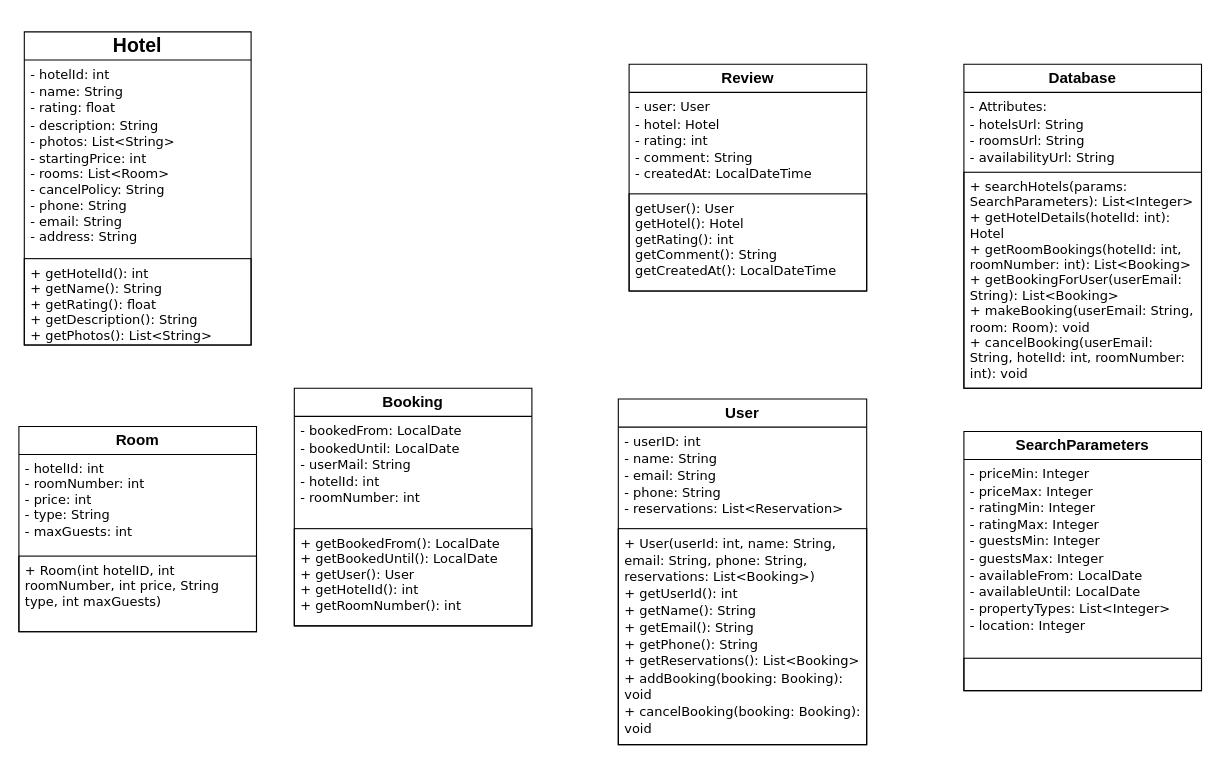
Before: UML/Hotel Diagram.drawio in KczBen/hbv-401-3h, a draw.io diagram. Source tidied: cells renumbered, new cells numbered last; positions are measured from the earlier drawing's top-left corner, leaving out a move shared by most shapes. Both pictures are drawn from the tidied source at 108%, with x=0, y=0 at pixel (18, 31).
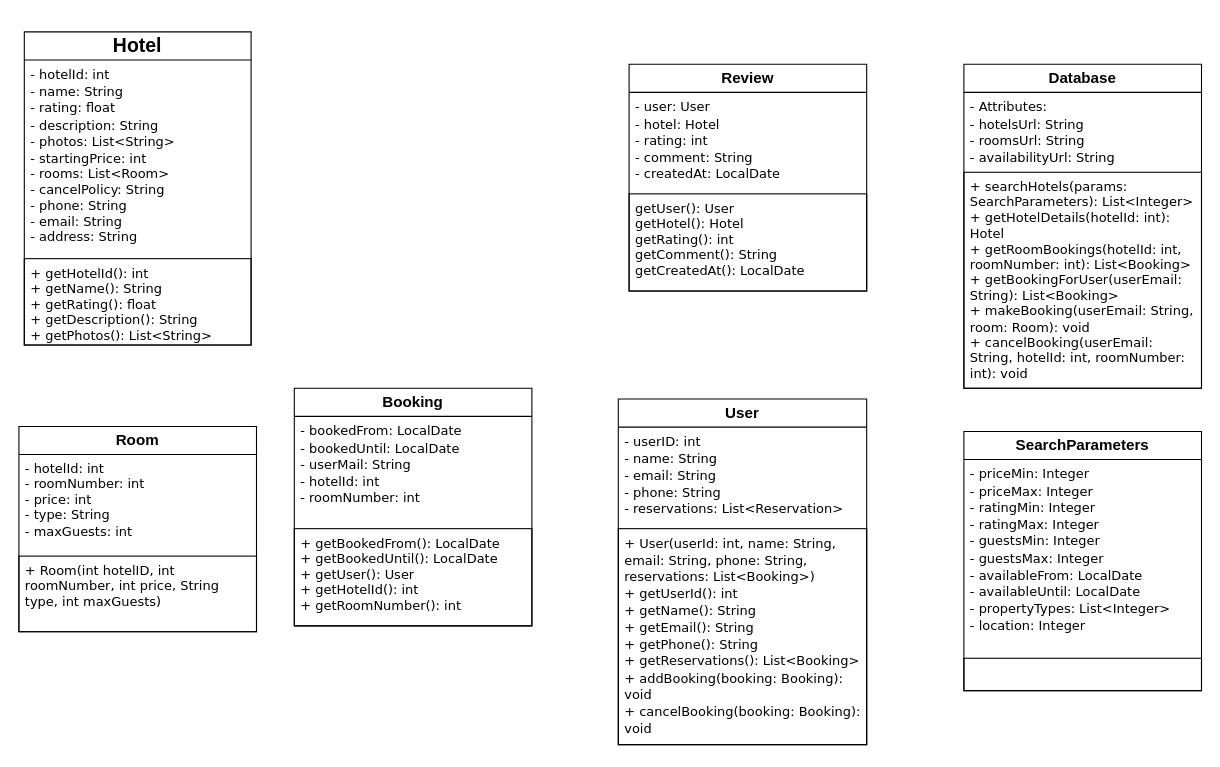
The same page after the edit.

Commit message (it also covers changes not shown here):
Use LocalDate without time

The change refers to these unchanged cells:
```xml
<mxCell id="14" value="&lt;h3&gt;Review&lt;/h3&gt;" style="swimlane;fontStyle=0;horizontal=1;startSize=26;fillColor=none;whiteSpace=wrap;html=1;" parent="1" vertex="1">
  <mxGeometry x="565" y="30" width="220" height="210" as="geometry" />
</mxCell>
```

Change to the diagram source:
```diff
@@
-    <mxCell id="15" value="&lt;div style=&quot;line-height: 130%;&quot;&gt;&lt;div style=&quot;line-height: 130%;&quot;&gt;&lt;font face=&quot;Verdana&quot;&gt;- user: User&lt;/font&gt;&lt;/div&gt;&lt;div style=&quot;line-height: 130%;&quot;&gt;&lt;font face=&quot;Verdana&quot;&gt;- hotel: Hotel&lt;/font&gt;&lt;/div&gt;&lt;div style=&quot;line-height: 130%;&quot;&gt;&lt;font face=&quot;Verdana&quot;&gt;- rating: int&lt;/font&gt;&lt;/div&gt;&lt;div style=&quot;line-height: 130%;&quot;&gt;&lt;font face=&quot;Verdana&quot;&gt;- comment: String&lt;/font&gt;&lt;/div&gt;&lt;div style=&quot;line-height: 130%;&quot;&gt;&lt;font face=&quot;Verdana&quot;&gt;- createdAt: LocalDateTime&lt;/font&gt;&lt;/div&gt;&lt;/div&gt;" style="text;strokeColor=none;fillColor=none;align=left;verticalAlign=top;spacingLeft=4;spacingRight=4;overflow=hidden;whiteSpace=wrap;html=1;" parent="14" vertex="1">
+    <mxCell id="15" value="&lt;div style=&quot;line-height: 130%;&quot;&gt;&lt;div style=&quot;line-height: 130%;&quot;&gt;&lt;font face=&quot;Verdana&quot;&gt;- user: User&lt;/font&gt;&lt;/div&gt;&lt;div style=&quot;line-height: 130%;&quot;&gt;&lt;font face=&quot;Verdana&quot;&gt;- hotel: Hotel&lt;/font&gt;&lt;/div&gt;&lt;div style=&quot;line-height: 130%;&quot;&gt;&lt;font face=&quot;Verdana&quot;&gt;- rating: int&lt;/font&gt;&lt;/div&gt;&lt;div style=&quot;line-height: 130%;&quot;&gt;&lt;font face=&quot;Verdana&quot;&gt;- comment: String&lt;/font&gt;&lt;/div&gt;&lt;div style=&quot;line-height: 130%;&quot;&gt;&lt;font face=&quot;Verdana&quot;&gt;- createdAt: LocalDate&lt;/font&gt;&lt;/div&gt;&lt;/div&gt;" style="text;strokeColor=none;fillColor=none;align=left;verticalAlign=top;spacingLeft=4;spacingRight=4;overflow=hidden;whiteSpace=wrap;html=1;" parent="14" vertex="1">
       <mxGeometry y="26" width="220" height="94" as="geometry" />
     </mxCell>
-    <mxCell id="16" value="&lt;div&gt;&lt;font face=&quot;Verdana&quot;&gt;&lt;span style=&quot;font-size: 12px;&quot;&gt;getUser(): User&lt;/span&gt;&lt;/font&gt;&lt;/div&gt;&lt;div&gt;&lt;font face=&quot;Verdana&quot;&gt;&lt;span style=&quot;font-size: 12px;&quot;&gt;getHotel(): Hotel&lt;/span&gt;&lt;/font&gt;&lt;/div&gt;&lt;div&gt;&lt;font face=&quot;Verdana&quot;&gt;&lt;span style=&quot;font-size: 12px;&quot;&gt;getRating(): int&lt;/span&gt;&lt;/font&gt;&lt;/div&gt;&lt;div&gt;&lt;font face=&quot;Verdana&quot;&gt;&lt;span style=&quot;font-size: 12px;&quot;&gt;getComment(): String&lt;/span&gt;&lt;/font&gt;&lt;/div&gt;&lt;div&gt;&lt;font face=&quot;Verdana&quot;&gt;&lt;span style=&quot;font-size: 12px;&quot;&gt;getCreatedAt(): LocalDateTime&lt;/span&gt;&lt;/font&gt;&lt;/div&gt;" style="text;strokeColor=default;fillColor=none;align=left;verticalAlign=top;spacingLeft=4;spacingRight=4;overflow=hidden;whiteSpace=wrap;html=1;" parent="14" vertex="1">
+    <mxCell id="16" value="&lt;div&gt;&lt;font face=&quot;Verdana&quot;&gt;&lt;span style=&quot;font-size: 12px;&quot;&gt;getUser(): User&lt;/span&gt;&lt;/font&gt;&lt;/div&gt;&lt;div&gt;&lt;font face=&quot;Verdana&quot;&gt;&lt;span style=&quot;font-size: 12px;&quot;&gt;getHotel(): Hotel&lt;/span&gt;&lt;/font&gt;&lt;/div&gt;&lt;div&gt;&lt;font face=&quot;Verdana&quot;&gt;&lt;span style=&quot;font-size: 12px;&quot;&gt;getRating(): int&lt;/span&gt;&lt;/font&gt;&lt;/div&gt;&lt;div&gt;&lt;font face=&quot;Verdana&quot;&gt;&lt;span style=&quot;font-size: 12px;&quot;&gt;getComment(): String&lt;/span&gt;&lt;/font&gt;&lt;/div&gt;&lt;div&gt;&lt;font face=&quot;Verdana&quot;&gt;&lt;span style=&quot;font-size: 12px;&quot;&gt;getCreatedAt(): LocalDate&lt;/span&gt;&lt;/font&gt;&lt;/div&gt;" style="text;strokeColor=default;fillColor=none;align=left;verticalAlign=top;spacingLeft=4;spacingRight=4;overflow=hidden;whiteSpace=wrap;html=1;" parent="14" vertex="1">
       <mxGeometry y="120" width="220" height="90" as="geometry" />
     </mxCell>
```
